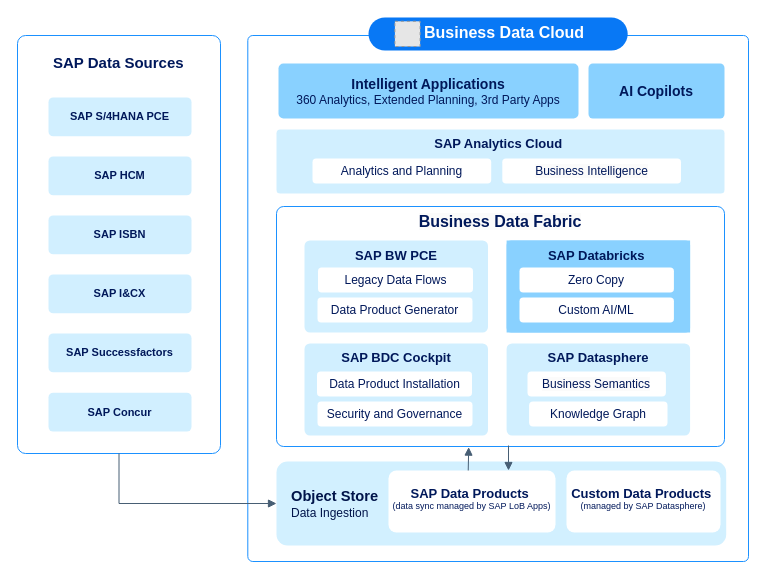
The draw.io diagram docs/ref-arch/RA0013/5-sap-databricks-in-business-data-cloud/drawio/bdc-databricks.drawio in SAP/architecture-center, before the edit. Source tidied: cells renumbered, new cells numbered last; positions are measured from the earlier drawing's top-left corner, leaving out a move shared by most shapes. Both pictures are drawn from the tidied source at 100%, with x=0, y=0 at pixel (17, 17). Pictures stored in the file or linked from it are replaced by grey dashed boxes.
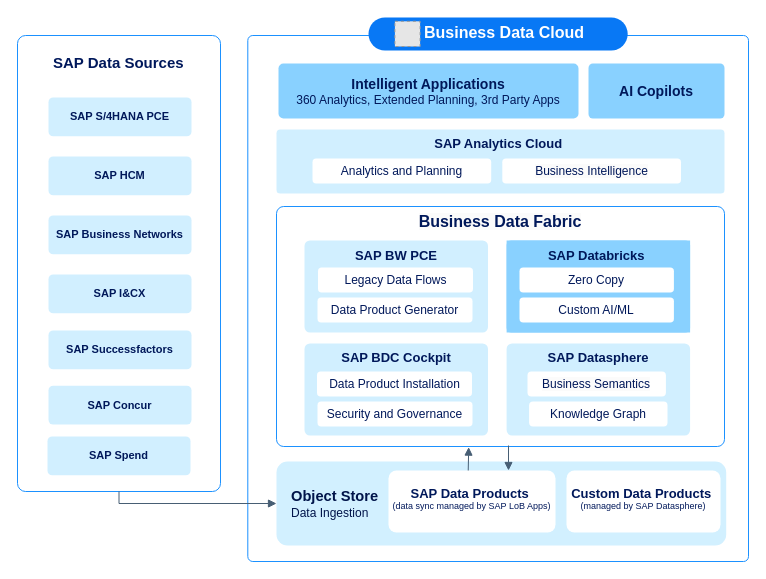
The same page after the edit.

What changed in the source:
```diff
@@
     <mxCell id="6" style="rounded=1;whiteSpace=wrap;html=1;align=center;fontStyle=1;verticalAlign=middle;strokeColor=light-dark(#1b91ff, #6a6a6a);fillColor=default;strokeWidth=1;fontSize=12;fontFamily=Helvetica;fontColor=default;arcSize=4;" parent="1" vertex="1">
-      <mxGeometry y="18" width="203" height="418" as="geometry" />
+      <mxGeometry y="18" width="203" height="456" as="geometry" />
     </mxCell>
@@
-    <mxCell id="12" value="&lt;font&gt;&lt;span&gt;SAP ISBN&lt;/span&gt;&lt;/font&gt;" style="rounded=1;whiteSpace=wrap;html=1;strokeColor=none;strokeWidth=1.5;fillColor=#D1EFFF;align=center;verticalAlign=middle;fontSize=11;fontFamily=Helvetica;fontColor=light-dark(#00185A,#CCDDFF);arcSize=12;flipV=0;flipH=1;fontStyle=1;gradientColor=none;gradientDirection=south;" parent="1" vertex="1">
+    <mxCell id="12" value="&lt;font&gt;&lt;span&gt;SAP Business Networks&lt;/span&gt;&lt;/font&gt;" style="rounded=1;whiteSpace=wrap;html=1;strokeColor=none;strokeWidth=1.5;fillColor=#D1EFFF;align=center;verticalAlign=middle;fontSize=11;fontFamily=Helvetica;fontColor=light-dark(#00185A,#CCDDFF);arcSize=12;flipV=0;flipH=1;fontStyle=1;gradientColor=none;gradientDirection=south;" parent="1" vertex="1">
       <mxGeometry x="31" y="198" width="143" height="38.8" as="geometry" />
     </mxCell>
@@
     <mxCell id="36" value="&lt;font&gt;&lt;span&gt;SAP Successfactors&lt;/span&gt;&lt;/font&gt;" style="rounded=1;whiteSpace=wrap;html=1;strokeColor=none;strokeWidth=1.5;fillColor=#D1EFFF;align=center;verticalAlign=middle;fontSize=11;fontFamily=Helvetica;fontColor=light-dark(#00185A,#CCDDFF);arcSize=12;flipV=0;flipH=1;fontStyle=1;gradientColor=none;gradientDirection=south;" parent="1" vertex="1">
-      <mxGeometry x="31" y="316" width="143" height="38.8" as="geometry" />
+      <mxGeometry x="31" y="313" width="143" height="38.8" as="geometry" />
     </mxCell>
     <mxCell id="37" value="&lt;font&gt;&lt;span&gt;SAP Concur&lt;/span&gt;&lt;/font&gt;" style="rounded=1;whiteSpace=wrap;html=1;strokeColor=none;strokeWidth=1.5;fillColor=#D1EFFF;align=center;verticalAlign=middle;fontSize=11;fontFamily=Helvetica;fontColor=light-dark(#00185A,#CCDDFF);arcSize=12;flipV=0;flipH=1;fontStyle=1;gradientColor=none;gradientDirection=south;" parent="1" vertex="1">
-      <mxGeometry x="31" y="375.2" width="143" height="38.8" as="geometry" />
+      <mxGeometry x="31" y="368.2" width="143" height="38.8" as="geometry" />
     </mxCell>
@@
+    <mxCell id="44" value="&lt;font&gt;&lt;span&gt;SAP Spend&lt;/span&gt;&lt;/font&gt;" style="rounded=1;whiteSpace=wrap;html=1;strokeColor=none;strokeWidth=1.5;fillColor=#D1EFFF;align=center;verticalAlign=middle;fontSize=11;fontFamily=Helvetica;fontColor=light-dark(#00185A,#CCDDFF);arcSize=12;flipV=0;flipH=1;fontStyle=1;gradientColor=none;gradientDirection=south;" parent="1" vertex="1">
+      <mxGeometry x="30" y="419" width="143" height="38.8" as="geometry" />
+    </mxCell>
```
